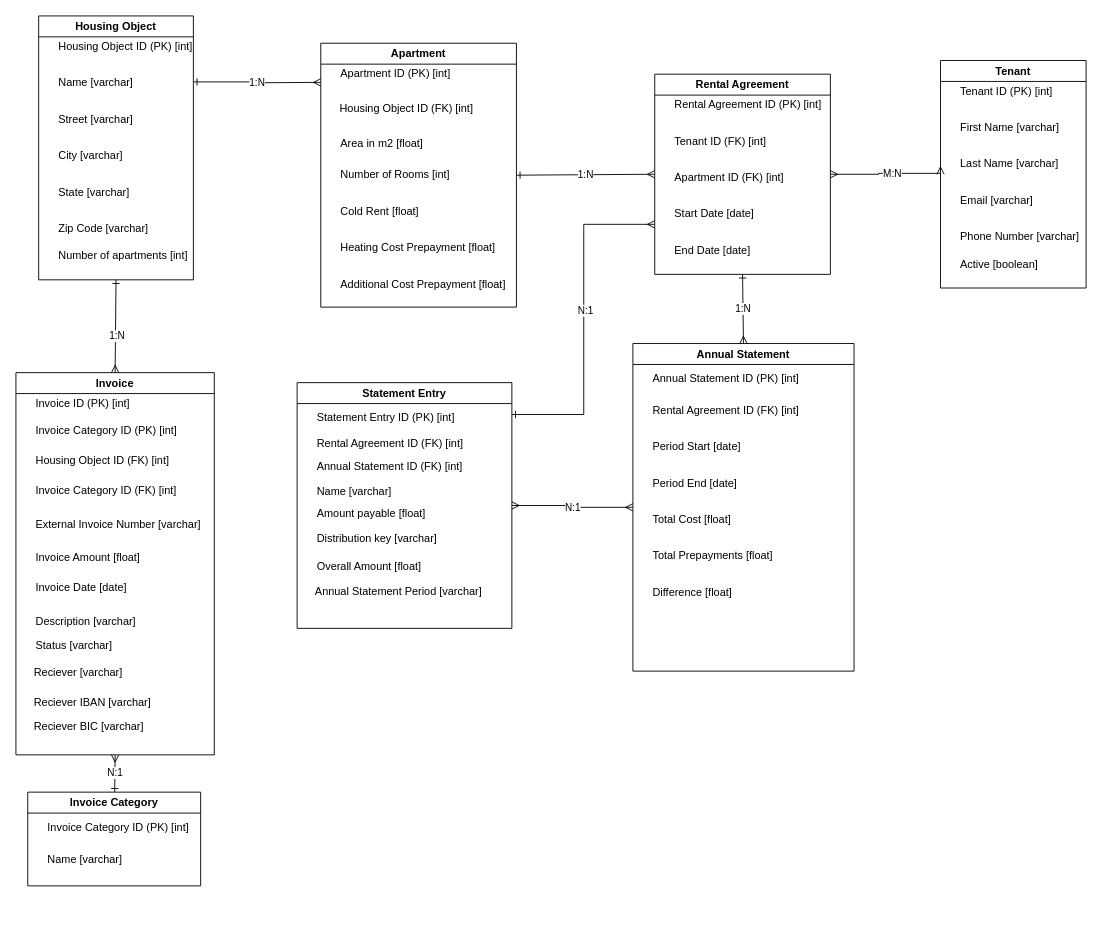
The draw.io diagram docs/ERM-Tenant-Management.drawio in Ainges/DPE-2024-Backend, before the edit. Source tidied: cells renumbered, new cells numbered last; positions are measured from the earlier drawing's top-left corner, leaving out a move shared by most shapes. Both pictures are drawn from the tidied source at 91%, with x=0, y=0 at pixel (15, 15).
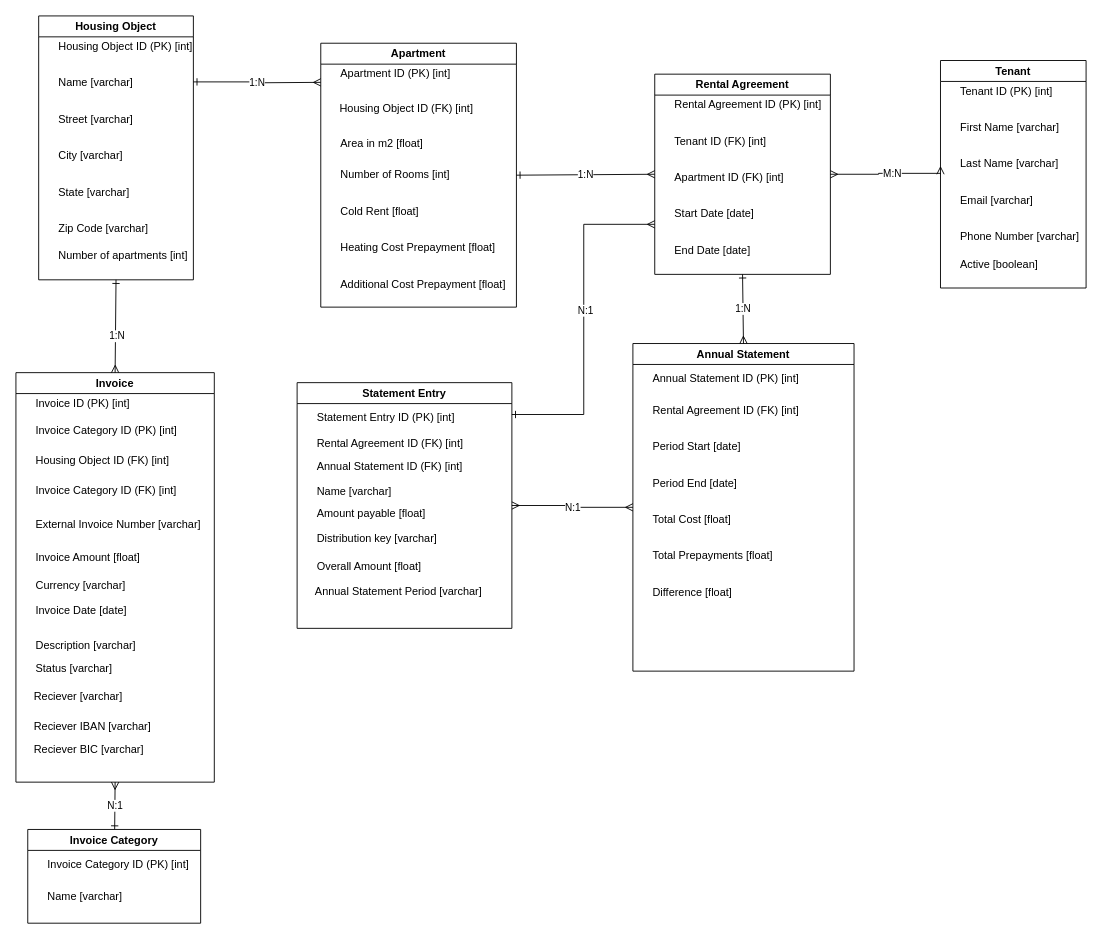
Above is the later version.

Commit message (it also covers changes not shown here):
Added currency to Invoice Object

The edit, as a diff of the source:
```diff
@@
     <mxCell id="31" value="Invoice" style="swimlane;whiteSpace=wrap;html=1;" parent="1" vertex="1">
-      <mxGeometry y="392" width="218" height="420" as="geometry" />
+      <mxGeometry y="392" width="218" height="450" as="geometry" />
     </mxCell>
@@
     <mxCell id="33" value="Invoice Date [date]" style="text;" parent="31" vertex="1">
-      <mxGeometry x="20" y="222" width="120" height="30" as="geometry" />
+      <mxGeometry x="20" y="248" width="120" height="30" as="geometry" />
     </mxCell>
@@
     <mxCell id="38" value="Description [varchar]" style="text;" parent="31" vertex="1">
-      <mxGeometry x="20" y="260" width="120" height="30" as="geometry" />
+      <mxGeometry x="20" y="286" width="120" height="30" as="geometry" />
     </mxCell>
     <mxCell id="39" value="Status [varchar]" style="text;" parent="31" vertex="1">
-      <mxGeometry x="20" y="286" width="120" height="30" as="geometry" />
+      <mxGeometry x="20" y="312" width="120" height="30" as="geometry" />
     </mxCell>
     <mxCell id="40" value="Reciever [varchar]" style="text;" parent="31" vertex="1">
-      <mxGeometry x="18" y="316" width="120" height="30" as="geometry" />
+      <mxGeometry x="18" y="342" width="120" height="30" as="geometry" />
     </mxCell>
     <mxCell id="41" value="Reciever IBAN [varchar]" style="text;" parent="31" vertex="1">
-      <mxGeometry x="18" y="349" width="120" height="30" as="geometry" />
+      <mxGeometry x="18" y="375" width="120" height="30" as="geometry" />
     </mxCell>
     <mxCell id="42" value="Reciever BIC [varchar]" style="text;" parent="31" vertex="1">
-      <mxGeometry x="18" y="375" width="120" height="30" as="geometry" />
+      <mxGeometry x="18" y="401" width="120" height="30" as="geometry" />
     </mxCell>
@@
+    <mxCell id="74" value="Currency [varchar]" style="text;" parent="31" vertex="1">
+      <mxGeometry x="20" y="220" width="120" height="30" as="geometry" />
+    </mxCell>
@@
     <mxCell id="71" value="Invoice Category" style="swimlane;whiteSpace=wrap;html=1;" parent="1" vertex="1">
-      <mxGeometry x="13" y="853" width="190" height="103" as="geometry" />
+      <mxGeometry x="13" y="894" width="190" height="103" as="geometry" />
     </mxCell>
```
